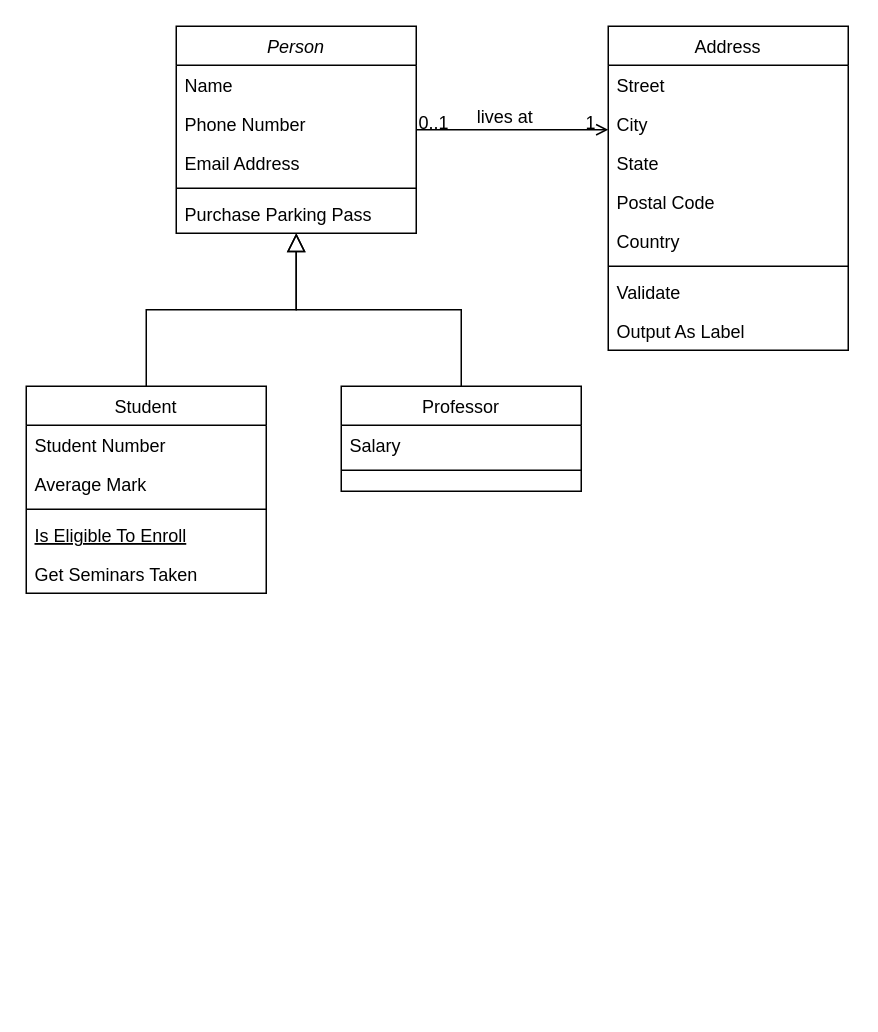
Before: practica3/Practica3.drawio in josemicode/boletines-modsis, a draw.io diagram. Source tidied: cells renumbered, new cells numbered last; positions are measured from the earlier drawing's top-left corner, leaving out a move shared by most shapes. Both pictures are drawn from the tidied source at 150%, with x=0, y=0 at pixel (26, 26).
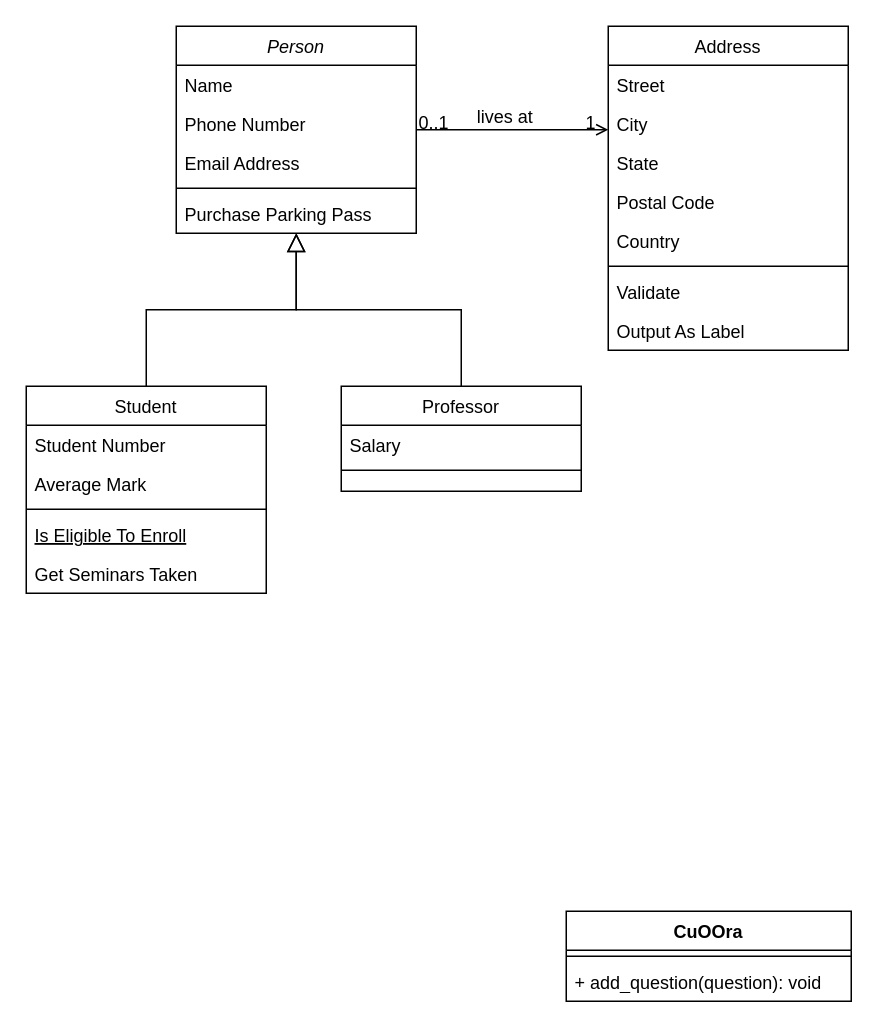
The same page after the edit.

Diff of the diagram source:
```diff
@@
+    <mxCell id="32" value="CuOOra" style="swimlane;fontStyle=1;align=center;verticalAlign=top;horizontal=1;startSize=26;whiteSpace=wrap;html=1;" parent="1" vertex="1">
+      <mxGeometry x="360" y="590" width="190" height="60" as="geometry" />
+    </mxCell>
+    <mxCell id="33" style="line;strokeWidth=1;fillColor=none;align=left;verticalAlign=middle;spacingTop=-1;spacingLeft=3;spacingRight=3;labelPosition=right;strokeColor=inherit;" parent="32" vertex="1">
+      <mxGeometry y="26" width="190" height="8" as="geometry" />
+    </mxCell>
+    <mxCell id="34" value="+ add_question(question): void" style="text;strokeColor=none;fillColor=none;align=left;verticalAlign=top;spacingLeft=4;spacingRight=4;overflow=hidden;whiteSpace=wrap;html=1;" parent="32" vertex="1">
+      <mxGeometry y="34" width="190" height="26" as="geometry" />
+    </mxCell>
```
